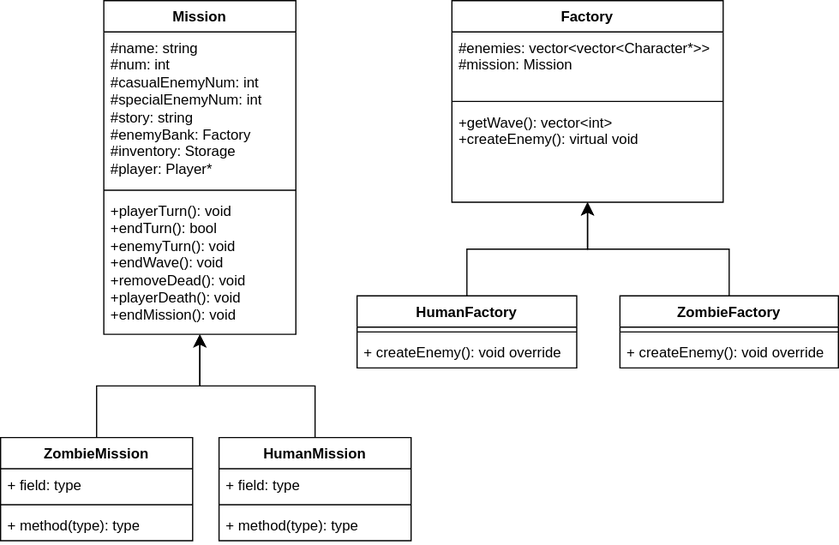
Earlier version of the draw.io export Umls/mission uml.svg (amir-samiee/iustz). Source tidied: cells renumbered, new cells last; positions are measured from the earlier drawing's top-left corner, leaving out a move shared by most shapes.
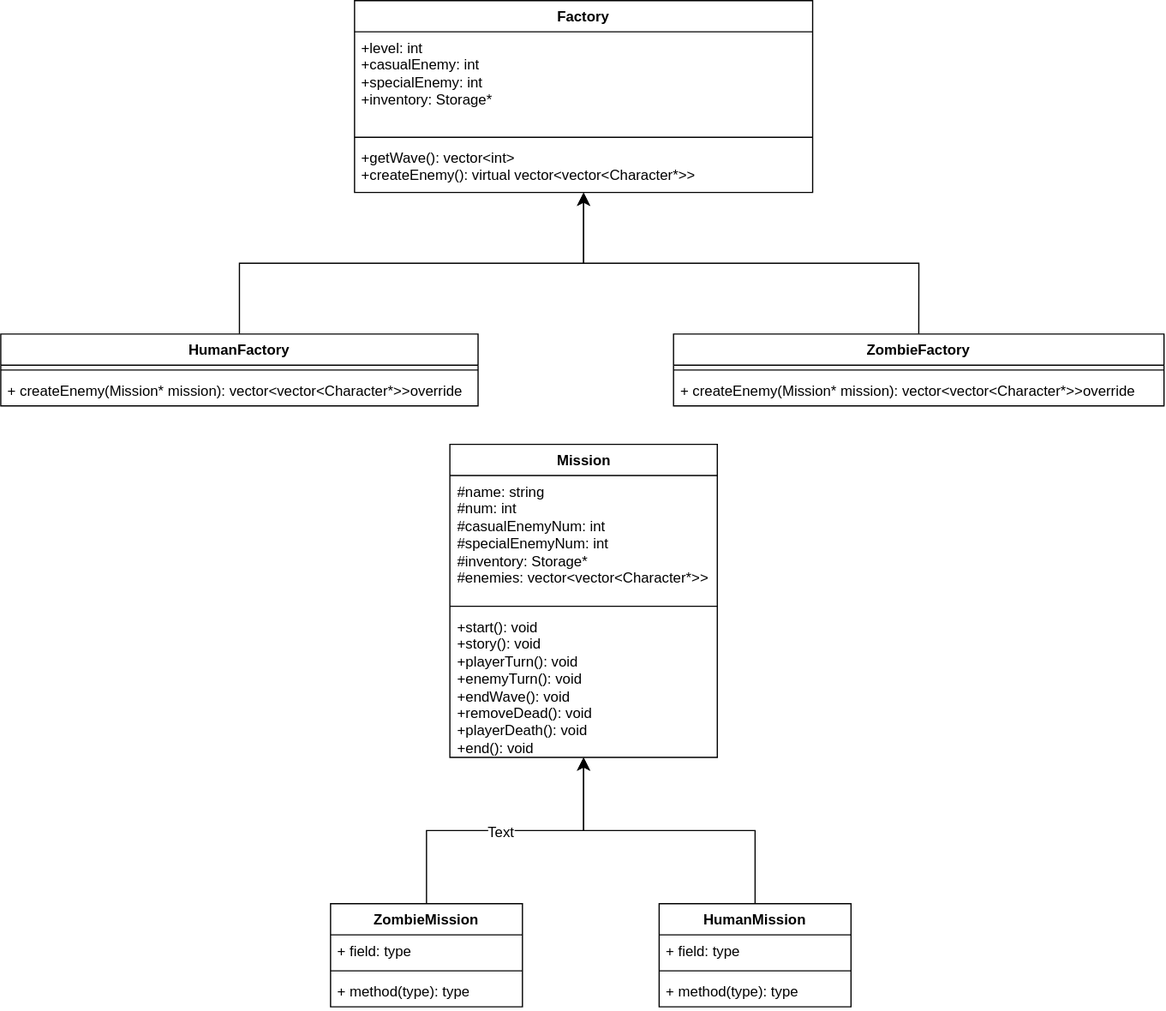
Later version of the same file.

Commit message:
updating mission uml

What changed in the source:
```diff
@@ -3,34 +3,22 @@
     <mxCell id="0" />
     <mxCell id="1" parent="0" />
     <mxCell id="2" value="Mission" style="swimlane;fontStyle=1;align=center;verticalAlign=top;horizontal=1;startSize=26;whiteSpace=wrap;html=1;" parent="1" vertex="1">
-      <mxGeometry x="86" width="160" height="278" as="geometry" />
+      <mxGeometry x="78.5" y="274" width="223" height="261" as="geometry" />
     </mxCell>
-    <mxCell id="3" value="&lt;div&gt;#name: string&lt;/div&gt;&lt;div&gt;#num: int&lt;/div&gt;&lt;div&gt;#casualEnemyNum: int&lt;/div&gt;&lt;div&gt;#specialEnemyNum: int&lt;/div&gt;#story: string&lt;div&gt;#enemyBank: Factory&lt;/div&gt;&lt;div&gt;#inventory: Storage&lt;/div&gt;&lt;div&gt;#player: Player*&lt;/div&gt;" style="text;strokeColor=none;fillColor=none;align=left;verticalAlign=top;spacingLeft=4;spacingRight=4;overflow=hidden;whiteSpace=wrap;html=1;" parent="2" vertex="1">
-      <mxGeometry y="26" width="160" height="128" as="geometry" />
+    <mxCell id="3" value="&lt;div&gt;#name: string&lt;/div&gt;&lt;div&gt;#num: int&lt;/div&gt;&lt;div&gt;#casualEnemyNum: int&lt;/div&gt;&lt;div&gt;#specialEnemyNum: int&lt;/div&gt;&lt;div&gt;&lt;span style=&quot;background-color: initial;&quot;&gt;#inventory: Storage*&lt;/span&gt;&lt;/div&gt;&lt;div&gt;#enemies: vector&amp;lt;vector&amp;lt;Character*&amp;gt;&amp;gt;&lt;br&gt;&lt;/div&gt;" style="text;strokeColor=none;fillColor=none;align=left;verticalAlign=top;spacingLeft=4;spacingRight=4;overflow=hidden;whiteSpace=wrap;html=1;" parent="2" vertex="1">
+      <mxGeometry y="26" width="223" height="105" as="geometry" />
     </mxCell>
     <mxCell id="4" style="line;strokeWidth=1;fillColor=none;align=left;verticalAlign=middle;spacingTop=-1;spacingLeft=3;spacingRight=3;labelPosition=right;strokeColor=inherit;" parent="2" vertex="1">
-      <mxGeometry y="154" width="160" height="8" as="geometry" />
+      <mxGeometry y="131" width="223" height="8" as="geometry" />
     </mxCell>
-    <mxCell id="5" value="+playerTurn(): void&lt;div&gt;+endTurn(): bool&lt;/div&gt;&lt;div&gt;+enemyTurn(): void&lt;/div&gt;&lt;div&gt;+endWave(): void&lt;/div&gt;&lt;div&gt;+removeDead(): void&lt;/div&gt;&lt;div&gt;+playerDeath(): void&lt;/div&gt;&lt;div&gt;+endMission(): void&lt;/div&gt;" style="text;strokeColor=none;fillColor=none;align=left;verticalAlign=top;spacingLeft=4;spacingRight=4;overflow=hidden;whiteSpace=wrap;html=1;" parent="2" vertex="1">
-      <mxGeometry y="162" width="160" height="116" as="geometry" />
+    <mxCell id="5" value="&lt;div&gt;&lt;span style=&quot;background-color: initial;&quot;&gt;+start(): void&lt;/span&gt;&lt;/div&gt;&lt;div&gt;&lt;span style=&quot;background-color: initial;&quot;&gt;+story(): void&lt;/span&gt;&lt;/div&gt;&lt;div&gt;&lt;span style=&quot;background-color: initial;&quot;&gt;+playerTurn(): void&lt;/span&gt;&lt;br&gt;&lt;/div&gt;&lt;div&gt;&lt;span style=&quot;background-color: initial;&quot;&gt;+enemyTurn(): void&lt;/span&gt;&lt;br&gt;&lt;/div&gt;&lt;div&gt;+endWave(): void&lt;/div&gt;&lt;div&gt;+removeDead(): void&lt;/div&gt;&lt;div&gt;+playerDeath(): void&lt;/div&gt;&lt;div&gt;+end(): void&lt;/div&gt;" style="text;strokeColor=none;fillColor=none;align=left;verticalAlign=top;spacingLeft=4;spacingRight=4;overflow=hidden;whiteSpace=wrap;html=1;" parent="2" vertex="1">
+      <mxGeometry y="139" width="223" height="122" as="geometry" />
     </mxCell>
-    <mxCell id="6" value="Factory" style="swimlane;fontStyle=1;align=center;verticalAlign=top;horizontal=1;startSize=26;whiteSpace=wrap;html=1;" parent="1" vertex="1">
-      <mxGeometry x="376" width="226" height="168" as="geometry" />
-    </mxCell>
-    <mxCell id="7" value="#enemies: vector&amp;lt;vector&amp;lt;Character*&amp;gt;&amp;gt;&lt;div&gt;#mission: Mission&lt;/div&gt;" style="text;strokeColor=none;fillColor=none;align=left;verticalAlign=top;spacingLeft=4;spacingRight=4;overflow=hidden;whiteSpace=wrap;html=1;" parent="6" vertex="1">
-      <mxGeometry y="26" width="226" height="54" as="geometry" />
-    </mxCell>
-    <mxCell id="8" style="line;strokeWidth=1;fillColor=none;align=left;verticalAlign=middle;spacingTop=-1;spacingLeft=3;spacingRight=3;labelPosition=right;strokeColor=inherit;" parent="6" vertex="1">
-      <mxGeometry y="80" width="226" height="8" as="geometry" />
-    </mxCell>
-    <mxCell id="9" value="+getWave(): vector&amp;lt;int&amp;gt;&lt;div&gt;+createEnemy(): virtual void&lt;/div&gt;" style="text;strokeColor=none;fillColor=none;align=left;verticalAlign=top;spacingLeft=4;spacingRight=4;overflow=hidden;whiteSpace=wrap;html=1;" parent="6" vertex="1">
-      <mxGeometry y="88" width="226" height="80" as="geometry" />
-    </mxCell>
     <mxCell id="10" style="edgeStyle=orthogonalEdgeStyle;rounded=0;jettySize=auto;html=1;exitX=0.5;exitY=0;exitDx=0;exitDy=0;fontSize=12;startSize=8;endSize=8;" parent="1" edge="1" source="11" target="2">
       <mxGeometry relative="1" as="geometry" />
     </mxCell>
     <mxCell id="11" value="HumanMission" style="swimlane;fontStyle=1;align=center;verticalAlign=top;horizontal=1;startSize=26;whiteSpace=wrap;html=1;" parent="1" vertex="1">
-      <mxGeometry x="182" y="364" width="160" height="86" as="geometry" />
+      <mxGeometry x="253" y="657" width="160" height="86" as="geometry" />
     </mxCell>
     <mxCell id="12" value="+ field: type" style="text;strokeColor=none;fillColor=none;align=left;verticalAlign=top;spacingLeft=4;spacingRight=4;overflow=hidden;whiteSpace=wrap;html=1;" parent="11" vertex="1">
       <mxGeometry y="26" width="160" height="26" as="geometry" />
@@ -44,8 +32,11 @@
     <mxCell id="15" style="edgeStyle=orthogonalEdgeStyle;rounded=0;jettySize=auto;html=1;exitX=0.5;exitY=0;exitDx=0;exitDy=0;fontSize=12;startSize=8;endSize=8;" parent="1" edge="1" source="16" target="2">
       <mxGeometry relative="1" as="geometry" />
     </mxCell>
+    <mxCell id="28" value="Text" style="edgeLabel;html=1;align=center;verticalAlign=middle;fontSize=12;" parent="15" vertex="1">
+      <mxGeometry x="-0.03" y="-1" relative="1" as="geometry" />
+    </mxCell>
     <mxCell id="16" value="ZombieMission" style="swimlane;fontStyle=1;align=center;verticalAlign=top;horizontal=1;startSize=26;whiteSpace=wrap;html=1;" parent="1" vertex="1">
-      <mxGeometry y="364" width="160" height="86" as="geometry" />
+      <mxGeometry x="-21" y="657" width="160" height="86" as="geometry" />
     </mxCell>
     <mxCell id="17" value="+ field: type" style="text;strokeColor=none;fillColor=none;align=left;verticalAlign=top;spacingLeft=4;spacingRight=4;overflow=hidden;whiteSpace=wrap;html=1;" parent="16" vertex="1">
       <mxGeometry y="26" width="160" height="26" as="geometry" />
@@ -60,25 +51,37 @@
       <mxGeometry relative="1" as="geometry" />
     </mxCell>
     <mxCell id="21" value="HumanFactory" style="swimlane;fontStyle=1;align=center;verticalAlign=top;horizontal=1;startSize=26;whiteSpace=wrap;html=1;" parent="1" vertex="1">
-      <mxGeometry x="297" y="246" width="183" height="60" as="geometry" />
+      <mxGeometry x="-296" y="182" width="398" height="60" as="geometry" />
     </mxCell>
     <mxCell id="22" style="line;strokeWidth=1;fillColor=none;align=left;verticalAlign=middle;spacingTop=-1;spacingLeft=3;spacingRight=3;labelPosition=right;strokeColor=inherit;" parent="21" vertex="1">
-      <mxGeometry y="26" width="183" height="8" as="geometry" />
+      <mxGeometry y="26" width="398" height="8" as="geometry" />
     </mxCell>
-    <mxCell id="23" value="+ createEnemy(): void override" style="text;strokeColor=none;fillColor=none;align=left;verticalAlign=top;spacingLeft=4;spacingRight=4;overflow=hidden;whiteSpace=wrap;html=1;" parent="21" vertex="1">
-      <mxGeometry y="34" width="183" height="26" as="geometry" />
+    <mxCell id="23" value="+ createEnemy(Mission* mission): vector&amp;lt;vector&amp;lt;Character*&amp;gt;&amp;gt;override" style="text;strokeColor=none;fillColor=none;align=left;verticalAlign=top;spacingLeft=4;spacingRight=4;overflow=hidden;whiteSpace=wrap;html=1;" parent="21" vertex="1">
+      <mxGeometry y="34" width="398" height="26" as="geometry" />
     </mxCell>
     <mxCell id="24" style="edgeStyle=orthogonalEdgeStyle;rounded=0;jettySize=auto;html=1;exitX=0.5;exitY=0;exitDx=0;exitDy=0;fontSize=12;startSize=8;endSize=8;" parent="1" edge="1" source="25" target="6">
       <mxGeometry relative="1" as="geometry" />
     </mxCell>
     <mxCell id="25" value="ZombieFactory" style="swimlane;fontStyle=1;align=center;verticalAlign=top;horizontal=1;startSize=26;whiteSpace=wrap;html=1;" parent="1" vertex="1">
-      <mxGeometry x="516" y="246" width="182" height="60" as="geometry" />
+      <mxGeometry x="265" y="182" width="409" height="60" as="geometry" />
     </mxCell>
     <mxCell id="26" style="line;strokeWidth=1;fillColor=none;align=left;verticalAlign=middle;spacingTop=-1;spacingLeft=3;spacingRight=3;labelPosition=right;strokeColor=inherit;" parent="25" vertex="1">
-      <mxGeometry y="26" width="182" height="8" as="geometry" />
+      <mxGeometry y="26" width="409" height="8" as="geometry" />
     </mxCell>
-    <mxCell id="27" value="+ createEnemy(): void override" style="text;strokeColor=none;fillColor=none;align=left;verticalAlign=top;spacingLeft=4;spacingRight=4;overflow=hidden;whiteSpace=wrap;html=1;" parent="25" vertex="1">
-      <mxGeometry y="34" width="182" height="26" as="geometry" />
+    <mxCell id="27" value="+ createEnemy(Mission* mission): vector&amp;lt;vector&amp;lt;Character*&amp;gt;&amp;gt;override" style="text;strokeColor=none;fillColor=none;align=left;verticalAlign=top;spacingLeft=4;spacingRight=4;overflow=hidden;whiteSpace=wrap;html=1;" parent="25" vertex="1">
+      <mxGeometry y="34" width="409" height="26" as="geometry" />
     </mxCell>
+    <mxCell id="6" value="Factory" style="swimlane;fontStyle=1;align=center;verticalAlign=top;horizontal=1;startSize=26;whiteSpace=wrap;html=1;" parent="1" vertex="1">
+      <mxGeometry x="-1" y="-96" width="382" height="160" as="geometry" />
+    </mxCell>
+    <mxCell id="29" value="+level: int&lt;div&gt;+casualEnemy: int&lt;/div&gt;&lt;div&gt;+specialEnemy: int&lt;/div&gt;&lt;div&gt;+inventory: Storage*&lt;/div&gt;" style="text;strokeColor=none;fillColor=none;align=left;verticalAlign=top;spacingLeft=4;spacingRight=4;overflow=hidden;whiteSpace=wrap;html=1;" parent="6" vertex="1">
+      <mxGeometry y="26" width="382" height="84" as="geometry" />
+    </mxCell>
+    <mxCell id="30" style="line;strokeWidth=1;fillColor=none;align=left;verticalAlign=middle;spacingTop=-1;spacingLeft=3;spacingRight=3;labelPosition=right;strokeColor=inherit;" parent="6" vertex="1">
+      <mxGeometry y="110" width="382" height="8" as="geometry" />
+    </mxCell>
+    <mxCell id="31" value="+getWave(): vector&amp;lt;int&amp;gt;&lt;div&gt;+createEnemy(): virtual&amp;nbsp;&lt;span style=&quot;background-color: initial;&quot;&gt;vector&amp;lt;vector&amp;lt;Character*&amp;gt;&amp;gt;&lt;/span&gt;&lt;/div&gt;" style="text;strokeColor=none;fillColor=none;align=left;verticalAlign=top;spacingLeft=4;spacingRight=4;overflow=hidden;whiteSpace=wrap;html=1;" parent="6" vertex="1">
+      <mxGeometry y="118" width="382" height="42" as="geometry" />
+    </mxCell>
   </root>
 </mxGraphModel>
```
